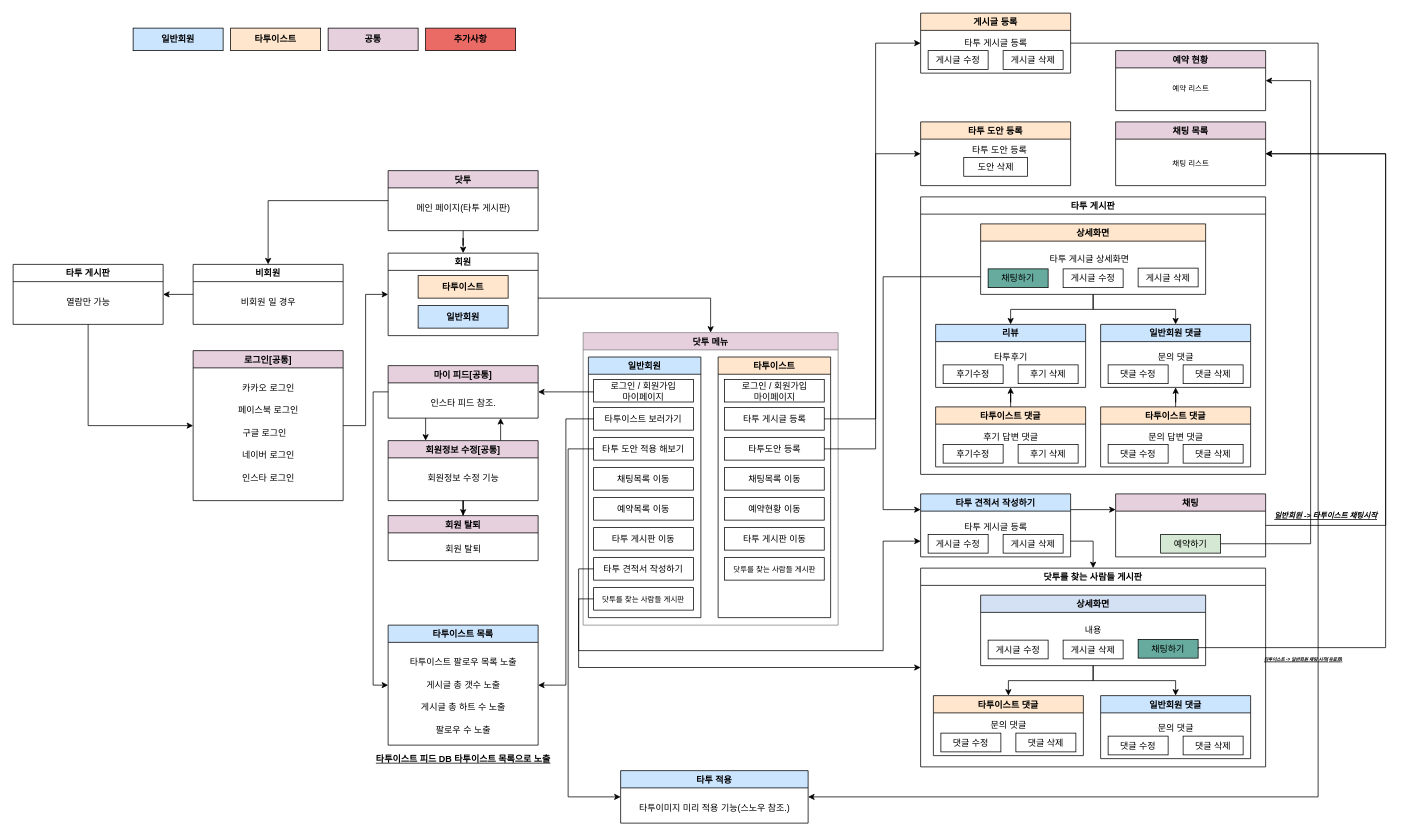
Earlier version of the draw.io diagram Untitled Diagram.drawio (COSMOS98/DoTattoo). Source tidied: cells renumbered, new cells numbered last; positions are measured from the earlier drawing's top-left corner, leaving out a move shared by most shapes. Both pictures are drawn from the tidied source at 75%, with x=0, y=0 at pixel (13, 13).
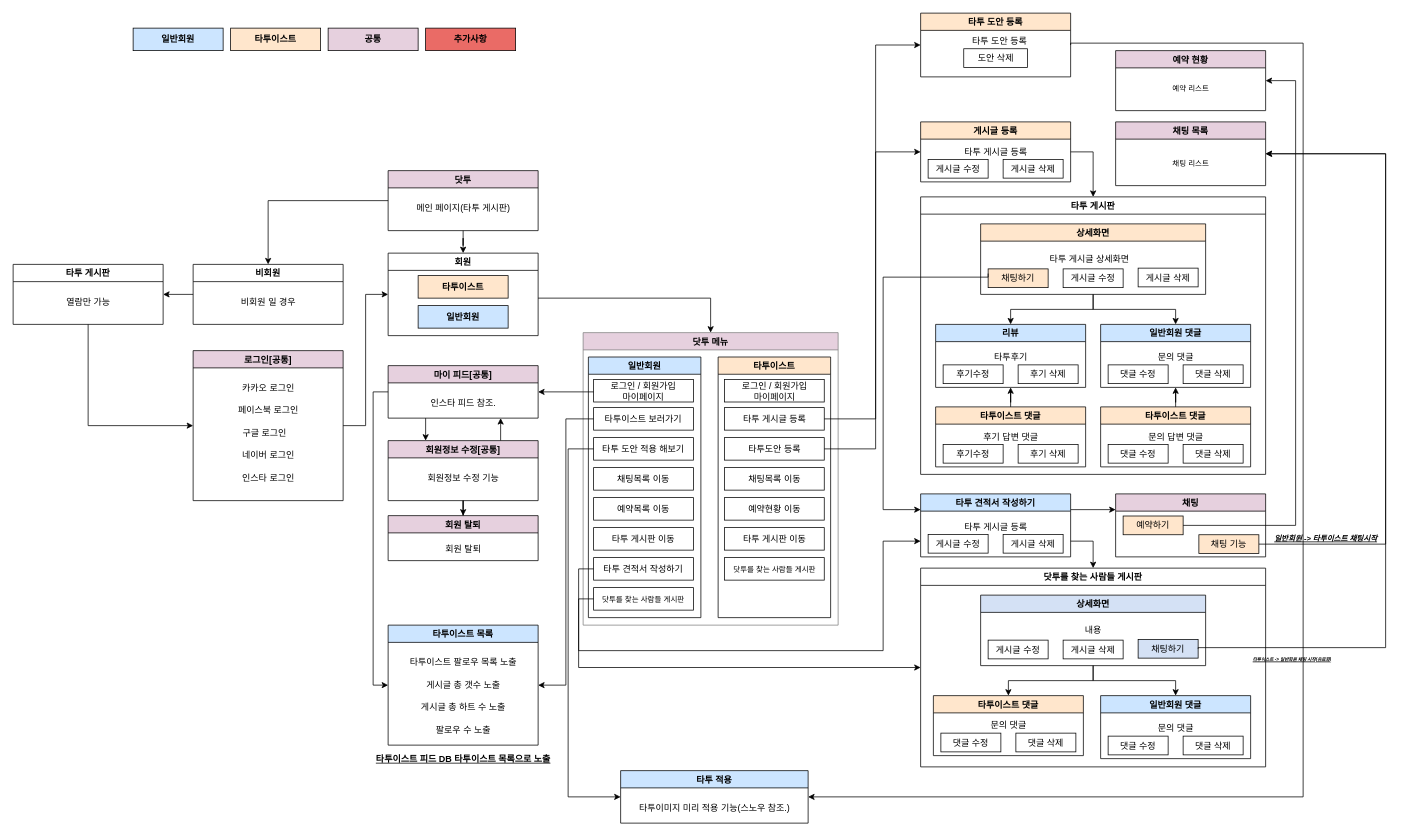
The same page after the edit.

The change refers to these unchanged cells:
```xml
<mxCell id="14" value="타투 게시글 등록" style="rounded=0;whiteSpace=wrap;html=1;fillColor=none;" parent="12" vertex="1">
  <mxGeometry x="8.5" y="67.5" width="133" height="30" as="geometry" />
</mxCell>
<mxCell id="15" value="타투도안 등록" style="rounded=0;whiteSpace=wrap;html=1;fillColor=none;" parent="12" vertex="1">
  <mxGeometry x="8.5" y="107.5" width="133" height="30" as="geometry" />
</mxCell>
<mxCell id="44" value="타투 게시판" style="swimlane;strokeColor=#000000;fillColor=none;" parent="1" vertex="1">
  <mxGeometry x="1210" y="245" width="460" height="370" as="geometry" />
</mxCell>
<mxCell id="47" value="상세화면" style="swimlane;strokeColor=#000000;fillColor=#FFE6CC;" parent="44" vertex="1">
  <mxGeometry x="80" y="36" width="300" height="94" as="geometry" />
</mxCell>
<mxCell id="70" value="타투 적용" style="swimlane;strokeColor=#000000;fillColor=#CCE5FF;" parent="1" vertex="1">
  <mxGeometry x="810" y="1010" width="250" height="70" as="geometry" />
</mxCell>
<mxCell id="95" value="상세화면" style="swimlane;strokeColor=#000000;fillColor=#D4E1F5;" parent="92" vertex="1">
  <mxGeometry x="80" y="36" width="300" height="94" as="geometry" />
</mxCell>
<mxCell id="110" value="타투 견적서 작성하기" style="swimlane;strokeColor=#000000;fillColor=#CCE5FF;" parent="1" vertex="1">
  <mxGeometry x="1210" y="641" width="200" height="84" as="geometry" />
</mxCell>
<mxCell id="115" value="채팅" style="swimlane;strokeColor=#000000;fillColor=#E6D0DE;" parent="1" vertex="1">
  <mxGeometry x="1470" y="641" width="200" height="84" as="geometry" />
</mxCell>
<mxCell id="117" value="예약 현황" style="swimlane;strokeColor=#000000;fillColor=#E6D0DE;" parent="1" vertex="1">
  <mxGeometry x="1470" y="50" width="200" height="80" as="geometry" />
</mxCell>
<mxCell id="119" value="채팅 목록" style="swimlane;strokeColor=#000000;fillColor=#E6D0DE;startSize=23;" parent="1" vertex="1">
  <mxGeometry x="1470" y="145" width="200" height="85" as="geometry" />
</mxCell>
```

Diff of the diagram source:
```diff
@@
-    <mxCell id="49" value="채팅하기" style="rounded=0;whiteSpace=wrap;html=1;fillColor=#67AB9F;" parent="47" vertex="1">
+    <mxCell id="49" value="채팅하기" style="rounded=0;whiteSpace=wrap;html=1;fillColor=#FFE6CC;" parent="47" vertex="1">
       <mxGeometry x="10" y="60" width="80" height="25" as="geometry" />
     </mxCell>
@@
-    <mxCell id="77" style="edgeStyle=orthogonalEdgeStyle;rounded=0;jettySize=auto;html=1;entryX=1;entryY=0.5;entryDx=0;entryDy=0;fontSize=10;" parent="1" edge="1" source="78" target="70">
+    <mxCell id="77" style="edgeStyle=orthogonalEdgeStyle;rounded=0;jettySize=auto;html=1;entryX=1;entryY=0.5;entryDx=0;entryDy=0;fontSize=10;exitX=1;exitY=0.5;exitDx=0;exitDy=0;" parent="1" edge="1" source="82" target="70">
       <mxGeometry relative="1" as="geometry">
         <Array as="points">
-          <mxPoint x="1740" y="40" />
-          <mxPoint x="1740" y="1045" />
+          <mxPoint x="1410" y="40" />
+          <mxPoint x="1720" y="40" />
+          <mxPoint x="1720" y="1045" />
         </Array>
       </mxGeometry>
     </mxCell>
+    <mxCell id="138" style="edgeStyle=orthogonalEdgeStyle;rounded=0;jettySize=auto;html=1;entryX=0.5;entryY=0;entryDx=0;entryDy=0;exitX=1;exitY=0.5;exitDx=0;exitDy=0;" parent="1" edge="1" source="78" target="44">
+      <mxGeometry relative="1" as="geometry" />
+    </mxCell>
     <mxCell id="78" value="게시글 등록" style="swimlane;strokeColor=#000000;fillColor=#FFE6CC;" parent="1" vertex="1">
-      <mxGeometry x="1210" width="200" height="80" as="geometry" />
+      <mxGeometry x="1210" y="145" width="200" height="80" as="geometry" />
     </mxCell>
@@
     <mxCell id="82" value="타투 도안 등록" style="swimlane;strokeColor=#000000;fillColor=#FFE6CC;" parent="1" vertex="1">
-      <mxGeometry x="1210" y="145" width="200" height="85" as="geometry" />
+      <mxGeometry x="1210" width="200" height="85" as="geometry" />
     </mxCell>
@@
-    <mxCell id="99" value="채팅하기" style="rounded=0;whiteSpace=wrap;html=1;fillColor=#67AB9F;" parent="95" vertex="1">
+    <mxCell id="99" value="채팅하기" style="rounded=0;whiteSpace=wrap;html=1;fillColor=#D4E1F5;" parent="95" vertex="1">
       <mxGeometry x="210" y="59" width="80" height="25" as="geometry" />
     </mxCell>
@@
-    <mxCell id="114" style="edgeStyle=orthogonalEdgeStyle;rounded=0;jettySize=auto;html=1;entryX=1;entryY=0.5;entryDx=0;entryDy=0;fontSize=10;exitX=1;exitY=0.5;exitDx=0;exitDy=0;" parent="1" edge="1" source="115" target="119">
+    <mxCell id="114" style="edgeStyle=orthogonalEdgeStyle;rounded=0;jettySize=auto;html=1;entryX=1;entryY=0.5;entryDx=0;entryDy=0;fontSize=10;exitX=1;exitY=0.5;exitDx=0;exitDy=0;" parent="1" edge="1" source="139" target="119">
       <mxGeometry relative="1" as="geometry">
         <Array as="points">
-          <mxPoint x="1830" y="683" />
+          <mxPoint x="1830" y="708" />
           <mxPoint x="1830" y="188" />
         </Array>
       </mxGeometry>
     </mxCell>
@@
-    <mxCell id="116" value="예약하기" style="rounded=0;whiteSpace=wrap;html=1;fillColor=#D5E8D4;" parent="115" vertex="1">
-      <mxGeometry x="60" y="54" width="80" height="25" as="geometry" />
+    <mxCell id="116" value="예약하기" style="rounded=0;whiteSpace=wrap;html=1;fillColor=#FFE6CC;" parent="115" vertex="1">
+      <mxGeometry x="10" y="29.5" width="80" height="25" as="geometry" />
     </mxCell>
+    <mxCell id="139" value="채팅 기능" style="rounded=0;whiteSpace=wrap;html=1;fillColor=#FFE6CC;" parent="115" vertex="1">
+      <mxGeometry x="111" y="54.5" width="80" height="25" as="geometry" />
+    </mxCell>
@@
-    <mxCell id="128" style="edgeStyle=orthogonalEdgeStyle;rounded=0;jettySize=auto;html=1;entryX=0;entryY=0.5;entryDx=0;entryDy=0;fontSize=10;" parent="1" edge="1" source="14" target="78">
+    <mxCell id="128" style="edgeStyle=orthogonalEdgeStyle;rounded=0;jettySize=auto;html=1;fontSize=10;entryX=0;entryY=0.5;entryDx=0;entryDy=0;" parent="1" edge="1" source="14" target="78">
       <mxGeometry relative="1" as="geometry">
         <Array as="points">
           <mxPoint x="1150" y="541" />
-          <mxPoint x="1150" y="40" />
+          <mxPoint x="1150" y="185" />
         </Array>
       </mxGeometry>
     </mxCell>
-    <mxCell id="129" style="edgeStyle=orthogonalEdgeStyle;rounded=0;jettySize=auto;html=1;entryX=0;entryY=0.5;entryDx=0;entryDy=0;fontSize=10;" parent="1" edge="1" source="15" target="82">
+    <mxCell id="129" style="edgeStyle=orthogonalEdgeStyle;rounded=0;jettySize=auto;html=1;fontSize=10;entryX=0;entryY=0.5;entryDx=0;entryDy=0;" parent="1" edge="1" source="15" target="82">
       <mxGeometry relative="1" as="geometry">
         <Array as="points">
           <mxPoint x="1150" y="581" />
-          <mxPoint x="1150" y="187" />
+          <mxPoint x="1150" y="43" />
         </Array>
       </mxGeometry>
     </mxCell>
@@
-    <mxCell id="132" style="edgeStyle=orthogonalEdgeStyle;rounded=0;jettySize=auto;html=1;exitX=0;exitY=0.75;exitDx=0;exitDy=0;entryX=0;entryY=0.25;entryDx=0;entryDy=0;fontSize=10;" parent="1" edge="1" source="47" target="110">
+    <mxCell id="132" style="edgeStyle=orthogonalEdgeStyle;rounded=0;jettySize=auto;html=1;exitX=0;exitY=0.25;exitDx=0;exitDy=0;entryX=0;entryY=0.25;entryDx=0;entryDy=0;fontSize=10;" parent="1" edge="1" source="49" target="110">
       <mxGeometry relative="1" as="geometry">
         <Array as="points">
+          <mxPoint x="1300" y="352" />
           <mxPoint x="1160" y="352" />
           <mxPoint x="1160" y="662" />
         </Array>
       </mxGeometry>
     </mxCell>
@@
-    <mxCell id="134" style="edgeStyle=orthogonalEdgeStyle;rounded=0;jettySize=auto;html=1;entryX=1;entryY=0.5;entryDx=0;entryDy=0;fontSize=10;exitX=1;exitY=0.5;exitDx=0;exitDy=0;" parent="1" edge="1" source="116" target="117">
-      <mxGeometry relative="1" as="geometry">
-        <Array as="points">
-          <mxPoint x="1730" y="708" />
-          <mxPoint x="1730" y="90" />
-        </Array>
-      </mxGeometry>
-    </mxCell>
@@
     <mxCell id="136" value="&lt;u&gt;&lt;font style=&quot;font-size: 6px&quot;&gt;&lt;b&gt;&lt;i&gt;타투이스트 -&amp;gt; 일반회원 채팅 시작(유료화)&lt;/i&gt;&lt;/b&gt;&lt;/font&gt;&lt;/u&gt;" style="text;html=1;align=center;verticalAlign=middle;strokeColor=none;fillColor=none;fontSize=10;" parent="1" vertex="1">
-      <mxGeometry x="1620" y="850" width="200" height="20" as="geometry" />
+      <mxGeometry x="1605" y="850" width="200" height="20" as="geometry" />
     </mxCell>
     <mxCell id="137" value="&lt;font style=&quot;font-size: 10px&quot;&gt;&lt;b&gt;&lt;i&gt;&lt;u&gt;일반회원 -&amp;gt; 타투이스트 채팅시작&lt;/u&gt;&lt;/i&gt;&lt;/b&gt;&lt;/font&gt;" style="text;html=1;align=center;verticalAlign=middle;strokeColor=none;fillColor=none;" parent="1" vertex="1">
-      <mxGeometry x="1670" y="660" width="160" height="20" as="geometry" />
+      <mxGeometry x="1670" y="690" width="160" height="20" as="geometry" />
     </mxCell>
+    <mxCell id="134" style="edgeStyle=orthogonalEdgeStyle;rounded=0;jettySize=auto;html=1;entryX=1;entryY=0.5;entryDx=0;entryDy=0;exitX=1;exitY=0.5;exitDx=0;exitDy=0;" parent="1" edge="1" source="116" target="117">
+      <mxGeometry relative="1" as="geometry">
+        <Array as="points">
+          <mxPoint x="1710" y="683" />
+          <mxPoint x="1710" y="90" />
+        </Array>
+      </mxGeometry>
+    </mxCell>
```
